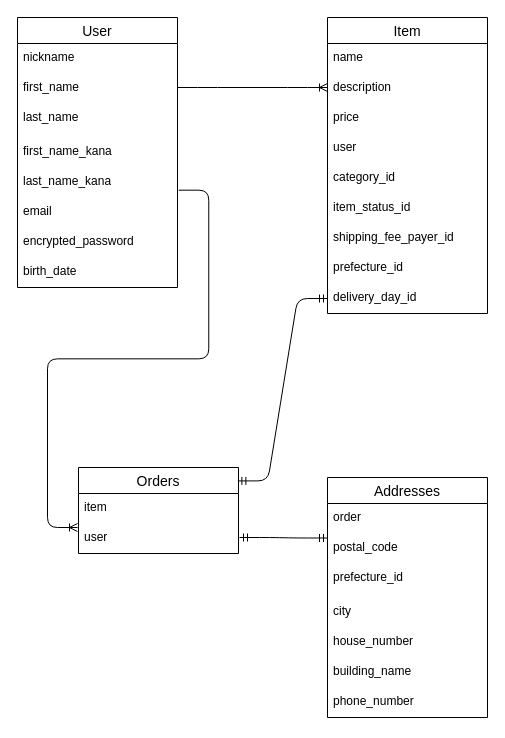
ytt0103/furima-42445 keeps this draw.io diagram as test.dio. Above is the earlier version. Source tidied: cells renumbered, new cells numbered last; positions are measured from the earlier drawing's top-left corner, leaving out a move shared by most shapes. Both pictures are drawn from the tidied source at 100%, with x=0, y=0 at pixel (17, 17).
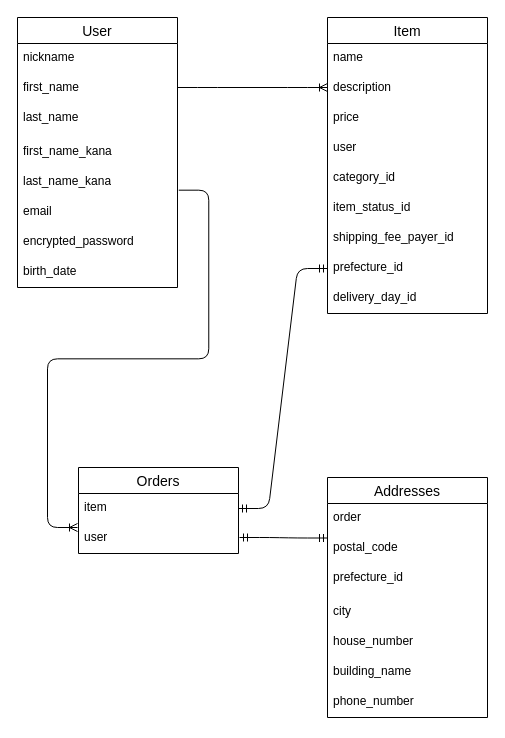
The same diagram, later.

The change refers to these unchanged cells:
```xml
<mxCell id="19" value="prefecture_id" style="text;strokeColor=none;fillColor=none;spacingLeft=4;spacingRight=4;overflow=hidden;points=[[0,0.5],[1,0.5]];portConstraint=eastwest;fontSize=12;whiteSpace=wrap;html=1;" parent="11" vertex="1">
  <mxGeometry y="236" width="160" height="30" as="geometry" />
</mxCell>
<mxCell id="20" value="delivery&lt;span class=&quot;hljs-emphasis&quot;&gt;_day_&lt;/span&gt;id" style="text;strokeColor=none;fillColor=none;spacingLeft=4;spacingRight=4;overflow=hidden;points=[[0,0.5],[1,0.5]];portConstraint=eastwest;fontSize=12;whiteSpace=wrap;html=1;" parent="11" vertex="1">
  <mxGeometry y="266" width="160" height="30" as="geometry" />
</mxCell>
<mxCell id="22" value="Orders" style="swimlane;fontStyle=0;horizontal=1;startSize=26;align=center;fontSize=14;" parent="1" vertex="1">
  <mxGeometry x="61" y="450" width="160" height="86" as="geometry" />
</mxCell>
<mxCell id="23" value="item" style="text;strokeColor=none;fillColor=none;spacingLeft=4;spacingRight=4;overflow=hidden;points=[[0,0.5],[1,0.5]];portConstraint=eastwest;fontSize=12;whiteSpace=wrap;html=1;" parent="22" vertex="1">
  <mxGeometry y="26" width="160" height="30" as="geometry" />
</mxCell>
```

Diff of the diagram source:
```diff
@@
-    <mxCell id="34" style="edgeStyle=entityRelationEdgeStyle;fontSize=12;html=1;endArrow=ERmandOne;startArrow=ERmandOne;entryX=0;entryY=0.5;entryDx=0;entryDy=0;exitX=0.996;exitY=0.156;exitDx=0;exitDy=0;exitPerimeter=0;" parent="1" edge="1" source="22" target="20">
+    <mxCell id="34" style="edgeStyle=entityRelationEdgeStyle;fontSize=12;html=1;endArrow=ERmandOne;startArrow=ERmandOne;entryX=0;entryY=0.5;entryDx=0;entryDy=0;exitX=1;exitY=0.5;exitDx=0;exitDy=0;" parent="1" edge="1" source="23" target="19">
       <mxGeometry relative="1" as="geometry">
         <Array as="points">
           <mxPoint x="201" y="470" />
           <mxPoint x="261" y="390" />
         </Array>
       </mxGeometry>
     </mxCell>
```
